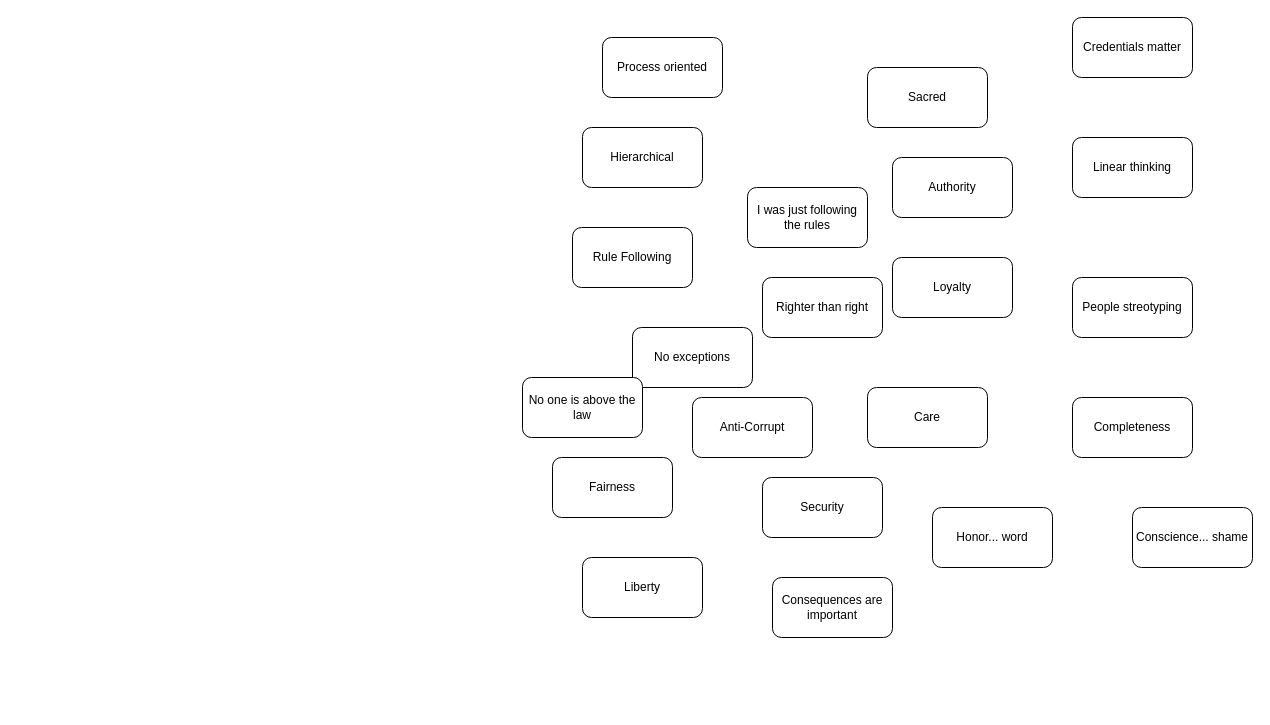
Above: memespace_legal.drawio in codeaudit/1 (draw.io), before the change. Source tidied: cells renumbered, new cells numbered last; positions are measured from the earlier drawing's top-left corner, leaving out a move shared by most shapes. Both pictures are drawn from the tidied source at 100%, with x=0, y=0 at pixel (522, 17).
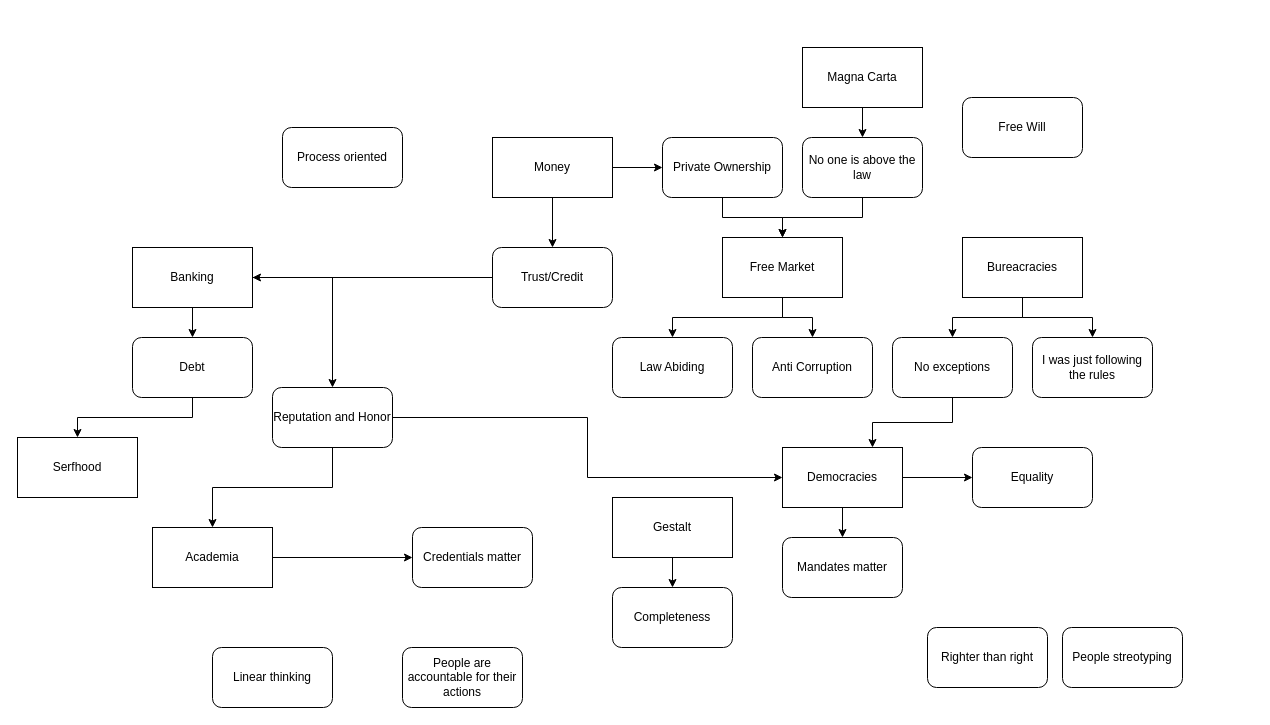
Above is the later version.

Diff of the diagram source:
```diff
@@
-    <mxCell id="2" value="Sacred" style="rounded=1;whiteSpace=wrap;html=1;" parent="1" vertex="1">
-      <mxGeometry x="345" y="50" width="120" height="60" as="geometry" />
-    </mxCell>
-    <mxCell id="3" value="Authority" style="rounded=1;whiteSpace=wrap;html=1;" parent="1" vertex="1">
-      <mxGeometry x="370" y="140" width="120" height="60" as="geometry" />
-    </mxCell>
-    <mxCell id="4" value="Care" style="rounded=1;whiteSpace=wrap;html=1;" parent="1" vertex="1">
-      <mxGeometry x="345" y="370" width="120" height="60" as="geometry" />
-    </mxCell>
-    <mxCell id="5" value="Security" style="rounded=1;whiteSpace=wrap;html=1;" parent="1" vertex="1">
-      <mxGeometry x="240" y="460" width="120" height="60" as="geometry" />
-    </mxCell>
-    <mxCell id="6" value="Loyalty" style="rounded=1;whiteSpace=wrap;html=1;" parent="1" vertex="1">
-      <mxGeometry x="370" y="240" width="120" height="60" as="geometry" />
-    </mxCell>
-    <mxCell id="7" value="Fairness" style="rounded=1;whiteSpace=wrap;html=1;" parent="1" vertex="1">
-      <mxGeometry x="30" y="440" width="120" height="60" as="geometry" />
-    </mxCell>
-    <mxCell id="8" value="Liberty" style="rounded=1;whiteSpace=wrap;html=1;" parent="1" vertex="1">
-      <mxGeometry x="60" y="540" width="120" height="60" as="geometry" />
-    </mxCell>
     <mxCell id="9" value="Process oriented" style="rounded=1;whiteSpace=wrap;html=1;" parent="1" vertex="1">
-      <mxGeometry x="80" y="20" width="120" height="60" as="geometry" />
+      <mxGeometry x="-240" y="110" width="120" height="60" as="geometry" />
     </mxCell>
-    <mxCell id="10" value="Hierarchical" style="rounded=1;whiteSpace=wrap;html=1;" parent="1" vertex="1">
-      <mxGeometry x="60" y="110" width="120" height="60" as="geometry" />
-    </mxCell>
-    <mxCell id="11" value="Rule Following" style="rounded=1;whiteSpace=wrap;html=1;" parent="1" vertex="1">
-      <mxGeometry x="50" y="210" width="120" height="60" as="geometry" />
+    <mxCell id="11" value="Law Abiding" style="rounded=1;whiteSpace=wrap;html=1;" parent="1" vertex="1">
+      <mxGeometry x="90" y="320" width="120" height="60" as="geometry" />
     </mxCell>
     <mxCell id="12" value="Credentials matter" style="rounded=1;whiteSpace=wrap;html=1;" parent="1" vertex="1">
-      <mxGeometry x="550" width="120" height="60" as="geometry" />
+      <mxGeometry x="-110" y="510" width="120" height="60" as="geometry" />
     </mxCell>
     <mxCell id="13" value="Linear thinking" style="rounded=1;whiteSpace=wrap;html=1;" parent="1" vertex="1">
-      <mxGeometry x="550" y="120" width="120" height="60" as="geometry" />
+      <mxGeometry x="-310" y="630" width="120" height="60" as="geometry" />
     </mxCell>
+    <mxCell id="24" style="edgeStyle=orthogonalEdgeStyle;rounded=0;jettySize=auto;html=1;entryX=0.75;entryY=0;entryDx=0;entryDy=0;" parent="1" edge="1" source="14" target="57">
+      <mxGeometry relative="1" as="geometry" />
+    </mxCell>
     <mxCell id="14" value="No exceptions" style="rounded=1;whiteSpace=wrap;html=1;" parent="1" vertex="1">
-      <mxGeometry x="110" y="310" width="120" height="60" as="geometry" />
+      <mxGeometry x="370" y="320" width="120" height="60" as="geometry" />
     </mxCell>
     <mxCell id="15" value="People streotyping" style="rounded=1;whiteSpace=wrap;html=1;" parent="1" vertex="1">
-      <mxGeometry x="550" y="260" width="120" height="60" as="geometry" />
+      <mxGeometry x="540" y="610" width="120" height="60" as="geometry" />
     </mxCell>
     <mxCell id="16" value="Completeness" style="rounded=1;whiteSpace=wrap;html=1;" parent="1" vertex="1">
-      <mxGeometry x="550" y="380" width="120" height="60" as="geometry" />
+      <mxGeometry x="90" y="570" width="120" height="60" as="geometry" />
     </mxCell>
-    <mxCell id="17" value="Anti-Corrupt" style="rounded=1;whiteSpace=wrap;html=1;" parent="1" vertex="1">
-      <mxGeometry x="170" y="380" width="120" height="60" as="geometry" />
+    <mxCell id="17" value="Anti Corruption" style="rounded=1;whiteSpace=wrap;html=1;" parent="1" vertex="1">
+      <mxGeometry x="230" y="320" width="120" height="60" as="geometry" />
     </mxCell>
-    <mxCell id="18" value="Consequences are important" style="rounded=1;whiteSpace=wrap;html=1;" parent="1" vertex="1">
-      <mxGeometry x="250" y="560" width="120" height="60" as="geometry" />
+    <mxCell id="18" value="People are accountable for their actions" style="rounded=1;whiteSpace=wrap;html=1;" parent="1" vertex="1">
+      <mxGeometry x="-120" y="630" width="120" height="60" as="geometry" />
     </mxCell>
+    <mxCell id="25" style="edgeStyle=orthogonalEdgeStyle;rounded=0;jettySize=auto;html=1;" parent="1" edge="1" source="19" target="42">
+      <mxGeometry relative="1" as="geometry" />
+    </mxCell>
     <mxCell id="19" value="No one is above the law" style="rounded=1;whiteSpace=wrap;html=1;" parent="1" vertex="1">
-      <mxGeometry y="360" width="120" height="60" as="geometry" />
+      <mxGeometry x="280" y="120" width="120" height="60" as="geometry" />
     </mxCell>
-    <mxCell id="20" value="Honor... word" style="rounded=1;whiteSpace=wrap;html=1;" parent="1" vertex="1">
-      <mxGeometry x="410" y="490" width="120" height="60" as="geometry" />
-    </mxCell>
-    <mxCell id="21" value="Conscience... shame" style="rounded=1;whiteSpace=wrap;html=1;" parent="1" vertex="1">
-      <mxGeometry x="610" y="490" width="120" height="60" as="geometry" />
-    </mxCell>
     <mxCell id="22" value="I was just following the rules" style="rounded=1;whiteSpace=wrap;html=1;" parent="1" vertex="1">
-      <mxGeometry x="225" y="170" width="120" height="60" as="geometry" />
+      <mxGeometry x="510" y="320" width="120" height="60" as="geometry" />
     </mxCell>
     <mxCell id="23" value="Righter than right" style="rounded=1;whiteSpace=wrap;html=1;" parent="1" vertex="1">
-      <mxGeometry x="240" y="260" width="120" height="60" as="geometry" />
+      <mxGeometry x="405" y="610" width="120" height="60" as="geometry" />
     </mxCell>
+    <mxCell id="26" style="edgeStyle=orthogonalEdgeStyle;rounded=0;jettySize=auto;html=1;" parent="1" edge="1" source="27" target="19">
+      <mxGeometry relative="1" as="geometry" />
+    </mxCell>
+    <mxCell id="27" value="Magna Carta" style="rounded=0;whiteSpace=wrap;html=1;" parent="1" vertex="1">
+      <mxGeometry x="280" y="30" width="120" height="60" as="geometry" />
+    </mxCell>
+    <mxCell id="28" style="edgeStyle=orthogonalEdgeStyle;rounded=0;jettySize=auto;html=1;" parent="1" edge="1" source="29" target="12">
+      <mxGeometry relative="1" as="geometry" />
+    </mxCell>
+    <mxCell id="29" value="Academia" style="rounded=0;whiteSpace=wrap;html=1;" parent="1" vertex="1">
+      <mxGeometry x="-370" y="510" width="120" height="60" as="geometry" />
+    </mxCell>
+    <mxCell id="30" style="edgeStyle=orthogonalEdgeStyle;rounded=0;jettySize=auto;html=1;" parent="1" edge="1" source="31" target="16">
+      <mxGeometry relative="1" as="geometry" />
+    </mxCell>
+    <mxCell id="31" value="Gestalt" style="rounded=0;whiteSpace=wrap;html=1;" parent="1" vertex="1">
+      <mxGeometry x="90" y="480" width="120" height="60" as="geometry" />
+    </mxCell>
+    <mxCell id="32" style="edgeStyle=orthogonalEdgeStyle;rounded=0;jettySize=auto;html=1;" parent="1" edge="1" source="34" target="22">
+      <mxGeometry relative="1" as="geometry" />
+    </mxCell>
+    <mxCell id="33" style="edgeStyle=orthogonalEdgeStyle;rounded=0;jettySize=auto;html=1;" parent="1" edge="1" source="34" target="14">
+      <mxGeometry relative="1" as="geometry" />
+    </mxCell>
+    <mxCell id="34" value="Bureacracies" style="rounded=0;whiteSpace=wrap;html=1;" parent="1" vertex="1">
+      <mxGeometry x="440" y="220" width="120" height="60" as="geometry" />
+    </mxCell>
+    <mxCell id="35" style="edgeStyle=orthogonalEdgeStyle;rounded=0;jettySize=auto;html=1;" parent="1" edge="1" source="36" target="45">
+      <mxGeometry relative="1" as="geometry" />
+    </mxCell>
+    <mxCell id="36" value="Trust/Credit" style="rounded=1;whiteSpace=wrap;html=1;" parent="1" vertex="1">
+      <mxGeometry x="-30" y="230" width="120" height="60" as="geometry" />
+    </mxCell>
+    <mxCell id="37" style="edgeStyle=orthogonalEdgeStyle;rounded=0;jettySize=auto;html=1;" parent="1" edge="1" source="39" target="36">
+      <mxGeometry relative="1" as="geometry" />
+    </mxCell>
+    <mxCell id="38" style="edgeStyle=orthogonalEdgeStyle;rounded=0;jettySize=auto;html=1;" parent="1" edge="1" source="39" target="49">
+      <mxGeometry relative="1" as="geometry" />
+    </mxCell>
+    <mxCell id="39" value="Money" style="rounded=0;whiteSpace=wrap;html=1;" parent="1" vertex="1">
+      <mxGeometry x="-30" y="120" width="120" height="60" as="geometry" />
+    </mxCell>
+    <mxCell id="40" style="edgeStyle=orthogonalEdgeStyle;rounded=0;jettySize=auto;html=1;" parent="1" edge="1" source="42" target="17">
+      <mxGeometry relative="1" as="geometry" />
+    </mxCell>
+    <mxCell id="41" style="edgeStyle=orthogonalEdgeStyle;rounded=0;jettySize=auto;html=1;" parent="1" edge="1" source="42" target="11">
+      <mxGeometry relative="1" as="geometry" />
+    </mxCell>
+    <mxCell id="42" value="Free Market" style="rounded=0;whiteSpace=wrap;html=1;" parent="1" vertex="1">
+      <mxGeometry x="200" y="220" width="120" height="60" as="geometry" />
+    </mxCell>
+    <mxCell id="43" style="edgeStyle=orthogonalEdgeStyle;rounded=0;jettySize=auto;html=1;" parent="1" edge="1" source="45" target="47">
+      <mxGeometry relative="1" as="geometry" />
+    </mxCell>
+    <mxCell id="44" style="edgeStyle=orthogonalEdgeStyle;rounded=0;jettySize=auto;html=1;" parent="1" edge="1" source="45" target="54">
+      <mxGeometry relative="1" as="geometry" />
+    </mxCell>
+    <mxCell id="45" value="Banking" style="rounded=0;whiteSpace=wrap;html=1;" parent="1" vertex="1">
+      <mxGeometry x="-390" y="230" width="120" height="60" as="geometry" />
+    </mxCell>
+    <mxCell id="46" style="edgeStyle=orthogonalEdgeStyle;rounded=0;jettySize=auto;html=1;" parent="1" edge="1" source="47" target="50">
+      <mxGeometry relative="1" as="geometry" />
+    </mxCell>
+    <mxCell id="47" value="Debt" style="rounded=1;whiteSpace=wrap;html=1;" parent="1" vertex="1">
+      <mxGeometry x="-390" y="320" width="120" height="60" as="geometry" />
+    </mxCell>
+    <mxCell id="48" style="edgeStyle=orthogonalEdgeStyle;rounded=0;jettySize=auto;html=1;" parent="1" edge="1" source="49" target="42">
+      <mxGeometry relative="1" as="geometry" />
+    </mxCell>
+    <mxCell id="49" value="Private Ownership" style="rounded=1;whiteSpace=wrap;html=1;" parent="1" vertex="1">
+      <mxGeometry x="140" y="120" width="120" height="60" as="geometry" />
+    </mxCell>
+    <mxCell id="50" value="Serfhood" style="rounded=0;whiteSpace=wrap;html=1;" parent="1" vertex="1">
+      <mxGeometry x="-505" y="420" width="120" height="60" as="geometry" />
+    </mxCell>
+    <mxCell id="51" value="Free Will" style="rounded=1;whiteSpace=wrap;html=1;" parent="1" vertex="1">
+      <mxGeometry x="440" y="80" width="120" height="60" as="geometry" />
+    </mxCell>
+    <mxCell id="52" style="edgeStyle=orthogonalEdgeStyle;rounded=0;jettySize=auto;html=1;" parent="1" edge="1" source="54" target="29">
+      <mxGeometry relative="1" as="geometry" />
+    </mxCell>
+    <mxCell id="53" style="edgeStyle=orthogonalEdgeStyle;rounded=0;jettySize=auto;html=1;" parent="1" edge="1" source="54" target="57">
+      <mxGeometry relative="1" as="geometry" />
+    </mxCell>
+    <mxCell id="54" value="Reputation and Honor" style="rounded=1;whiteSpace=wrap;html=1;" parent="1" vertex="1">
+      <mxGeometry x="-250" y="370" width="120" height="60" as="geometry" />
+    </mxCell>
+    <mxCell id="55" style="edgeStyle=orthogonalEdgeStyle;rounded=0;jettySize=auto;html=1;" parent="1" edge="1" source="57" target="58">
+      <mxGeometry relative="1" as="geometry" />
+    </mxCell>
+    <mxCell id="56" style="edgeStyle=orthogonalEdgeStyle;rounded=0;jettySize=auto;html=1;" parent="1" edge="1" source="57" target="59">
+      <mxGeometry relative="1" as="geometry" />
+    </mxCell>
+    <mxCell id="57" value="Democracies" style="rounded=0;whiteSpace=wrap;html=1;" parent="1" vertex="1">
+      <mxGeometry x="260" y="430" width="120" height="60" as="geometry" />
+    </mxCell>
+    <mxCell id="58" value="Mandates matter" style="rounded=1;whiteSpace=wrap;html=1;" parent="1" vertex="1">
+      <mxGeometry x="260" y="520" width="120" height="60" as="geometry" />
+    </mxCell>
+    <mxCell id="59" value="Equality" style="rounded=1;whiteSpace=wrap;html=1;" parent="1" vertex="1">
+      <mxGeometry x="450" y="430" width="120" height="60" as="geometry" />
+    </mxCell>
```
